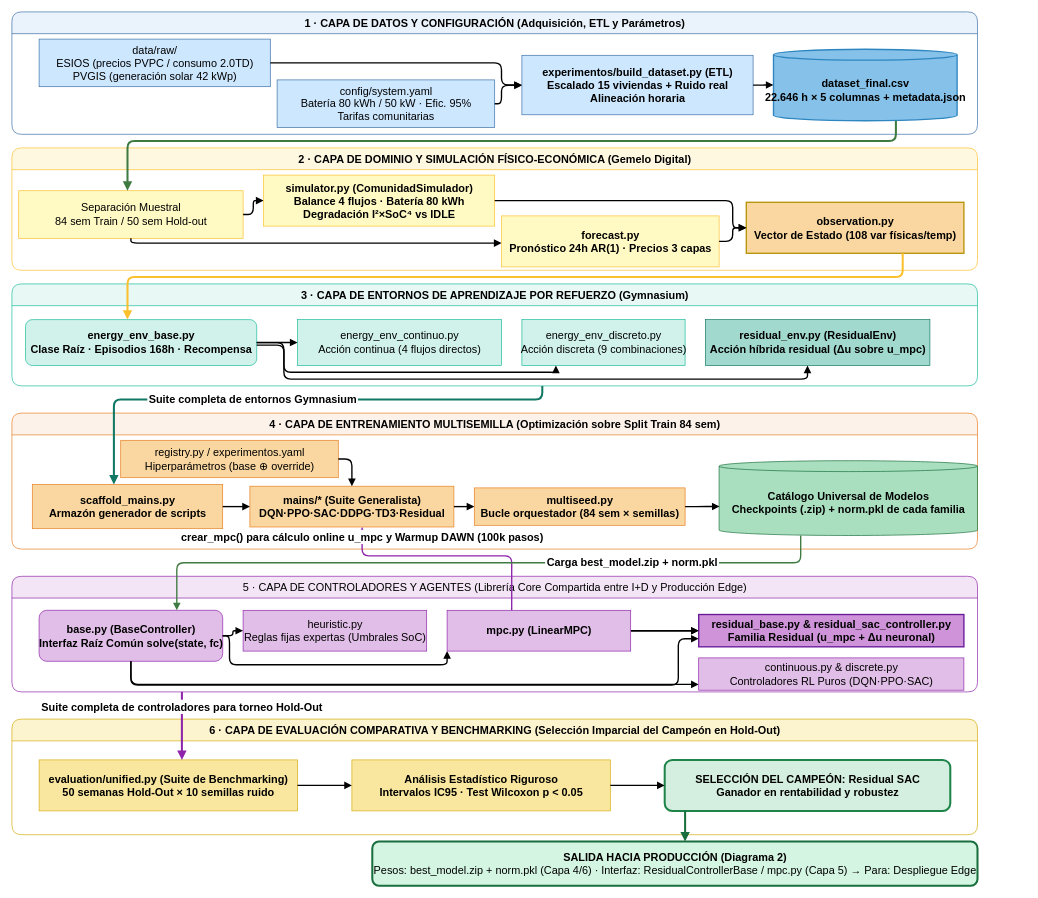
Roberto-RodriguezNunez/Plataforma-Optimizacion-Comunidades-Energeticas_TFG_RobertoRN keeps this draw.io diagram as doc/diagramas/arquitectura_1_investigacion.drawio. Above is the earlier version. Source tidied: cells renumbered, new cells numbered last; positions are measured from the earlier drawing's top-left corner, leaving out a move shared by most shapes. Both pictures are drawn from the tidied source at 68%, with x=0, y=0 at pixel (12, 12).
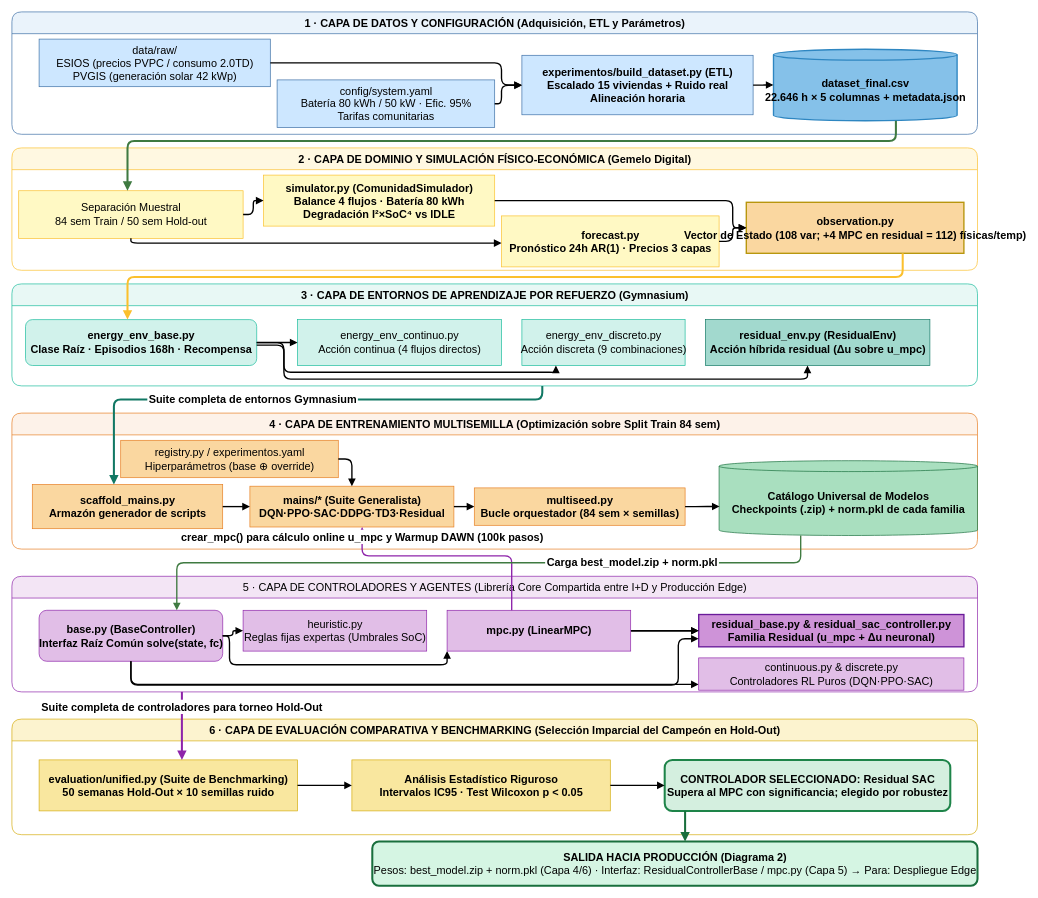
Above is the later version.

Unchanged cells that the change refers to:
```xml
<mxCell id="10" value="2 · CAPA DE DOMINIO Y SIMULACIÓN FÍSICO-ECONÓMICA (Gemelo Digital)" style="swimlane;startSize=32;html=1;rounded=1;fillColor=#FFF8E1;strokeColor=#FBC02D;fontStyle=1;fontSize=16;verticalAlign=top;" parent="1" vertex="1">
  <mxGeometry y="200" width="1420" height="180" as="geometry" />
</mxCell>
<mxCell id="49" value="6 · CAPA DE EVALUACIÓN COMPARATIVA Y BENCHMARKING (Selección Imparcial del Campeón en Hold-Out)" style="swimlane;startSize=32;html=1;rounded=1;fillColor=#FCF3CF;strokeColor=#D4AC0D;fontStyle=1;fontSize=16;verticalAlign=top;" parent="1" vertex="1">
  <mxGeometry y="1040" width="1420" height="170" as="geometry" />
</mxCell>
```

The edit, as a diff of the source:
```diff
@@
-    <mxCell id="14" value="observation.py&#10;Vector de Estado (108 var físicas/temp)" style="rounded=0;html=1;fillColor=#FAD7A0;strokeColor=#B7950B;fontStyle=1;fontSize=16;strokeWidth=2;" parent="10" vertex="1">
+    <mxCell id="14" value="observation.py&#10;Vector de Estado (108 var; +4 MPC en residual = 112) físicas/temp)" style="rounded=0;html=1;fillColor=#FAD7A0;strokeColor=#B7950B;fontStyle=1;fontSize=16;strokeWidth=2;" parent="10" vertex="1">
       <mxGeometry x="1080" y="80" width="320" height="75" as="geometry" />
     </mxCell>
@@
-    <mxCell id="52" value="SELECCIÓN DEL CAMPEÓN: Residual SAC&#10;Ganador en rentabilidad y robustez" style="rounded=1;html=1;fillColor=#D4EFDF;strokeColor=#1E8449;fontStyle=1;fontSize=16;strokeWidth=3;" parent="49" vertex="1">
+    <mxCell id="52" value="CONTROLADOR SELECCIONADO: Residual SAC&#10;Supera al MPC con significancia; elegido por robustez" style="rounded=1;html=1;fillColor=#D4EFDF;strokeColor=#1E8449;fontStyle=1;fontSize=16;strokeWidth=3;" parent="49" vertex="1">
       <mxGeometry x="960" y="60" width="420" height="75" as="geometry" />
     </mxCell>
```
